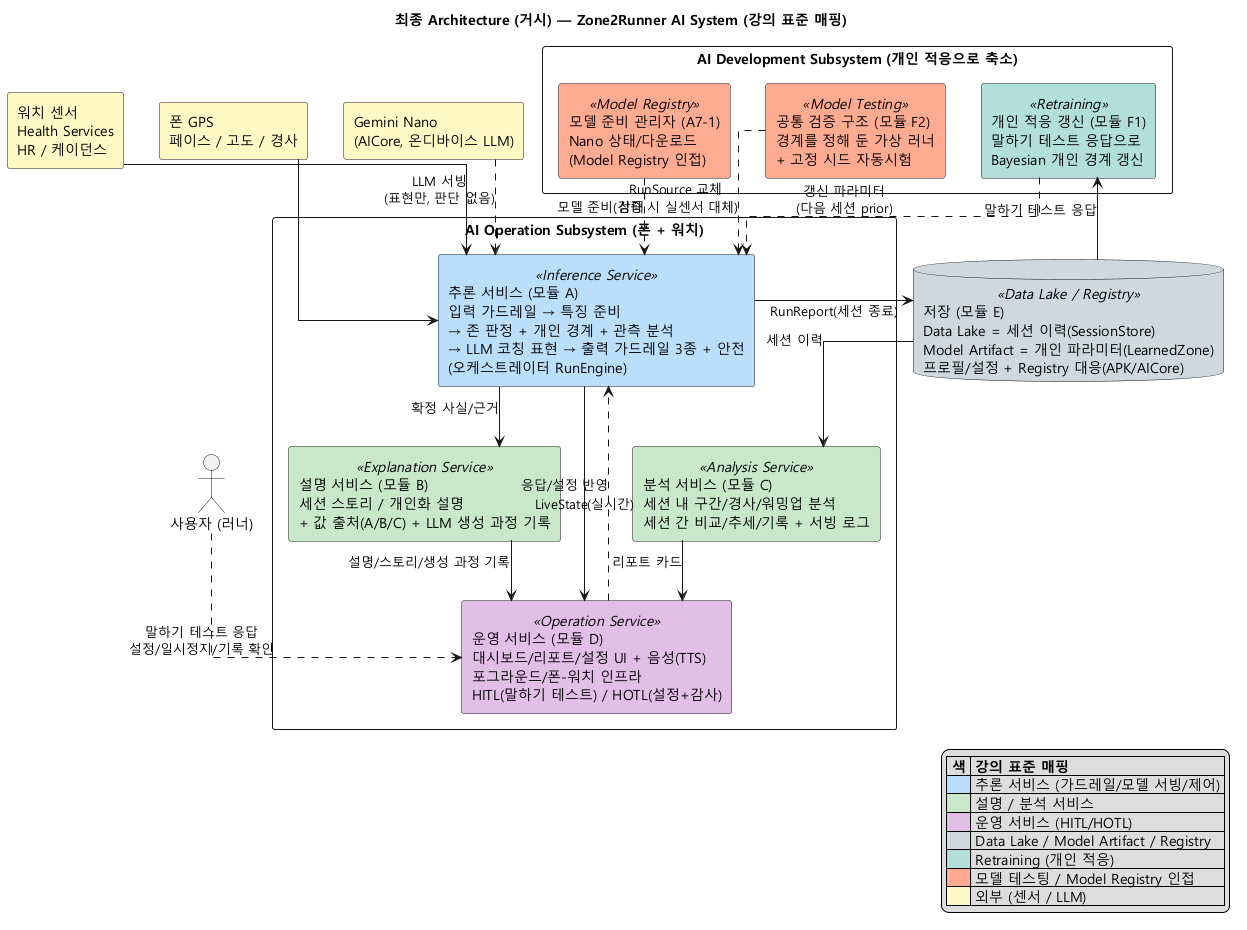
This is arch/diagrams/06-final-architecture.png from tenyearslove/zone2runner, a PlantUML export, as it was before one commit. Source of this version:
```plantuml
@startuml
title 최종 Architecture (거시) — Zone2Runner AI System (강의 표준 매핑)
skinparam defaultFontName "Malgun Gothic"
skinparam componentStyle rectangle
skinparam shadowing false
skinparam packageStyle rectangle
skinparam linetype ortho

actor "사용자 (러너)" as User
component "워치 센서\nHealth Services\nHR / 케이던스" as Watch #FFF9C4
component "폰 GPS\n페이스 / 고도 / 경사" as GPS #FFF9C4
component "Gemini Nano\n(AICore, 온디바이스 LLM)" as Nano #FFF9C4

package "AI Operation Subsystem (폰 + 워치)" {
  component "추론 서비스 (모듈 A)\n입력 가드레일 → 특징 준비\n→ 존 판정 + 개인 경계 + 관측 분석\n→ LLM 코칭 표현 → 출력 가드레일 3종 + 안전\n(오케스트레이터 RunEngine)" <<Inference Service>> as INF #BBDEFB
  component "설명 서비스 (모듈 B)\n세션 스토리 / 개인화 설명\n+ 값 출처(A/B/C) + LLM 생성 과정 기록" <<Explanation Service>> as EXP #C8E6C9
  component "분석 서비스 (모듈 C)\n세션 내 구간/경사/워밍업 분석\n세션 간 비교/추세/기록 + 서빙 로그" <<Analysis Service>> as ANA #C8E6C9
  component "운영 서비스 (모듈 D)\n대시보드/리포트/설정 UI + 음성(TTS)\n포그라운드/폰-워치 인프라\nHITL(말하기 테스트) / HOTL(설정+감사)" <<Operation Service>> as OPS #E1BEE7
}

database "저장 (모듈 E)\nData Lake = 세션 이력(SessionStore)\nModel Artifact = 개인 파라미터(LearnedZone)\n프로필/설정 + Registry 대응(APK/AICore)" <<Data Lake / Registry>> as STORE #CFD8DC

package "AI Development Subsystem (개인 적응으로 축소)" {
  component "개인 적응 갱신 (모듈 F1)\n말하기 테스트 응답으로\nBayesian 개인 경계 갱신" <<Retraining>> as ADAPT #B2DFDB
  component "공통 검증 구조 (모듈 F2)\n경계를 정해 둔 가상 러너\n+ 고정 시드 자동시험" <<Model Testing>> as SIM #FFAB91
  component "모델 준비 관리자 (A7-1)\nNano 상태/다운로드\n(Model Registry 인접)" <<Model Registry>> as REG #FFAB91
}

Watch --> INF
GPS --> INF
Nano ..> INF : LLM 서빙\n(표현만, 판단 없음)
INF --> OPS : LiveState(실시간)
INF --> STORE : RunReport(세션 종료)
INF --> EXP : 확정 사실/근거
STORE --> ANA : 세션 이력
ANA --> OPS : 리포트 카드
EXP --> OPS : 설명/스토리/생성 과정 기록
User ..> OPS : 말하기 테스트 응답\n설정/일시정지/기록 확인
OPS ..> INF : 응답/설정 반영
STORE --> ADAPT : 말하기 테스트 응답
ADAPT ..> INF : 갱신 파라미터\n(다음 세션 prior)
SIM ..> INF : RunSource 교체\n(검증 시 실센서 대체)
REG ..> INF : 모델 준비 상태

legend right
|= 색 |= 강의 표준 매핑 |
|<#BBDEFB>| 추론 서비스 (가드레일/모델 서빙/제어) |
|<#C8E6C9>| 설명 / 분석 서비스 |
|<#E1BEE7>| 운영 서비스 (HITL/HOTL) |
|<#CFD8DC>| Data Lake / Model Artifact / Registry |
|<#B2DFDB>| Retraining (개인 적응) |
|<#FFAB91>| 모델 테스팅 / Model Registry 인접 |
|<#FFF9C4>| 외부 (센서 / LLM) |
endlegend
@enduml
```
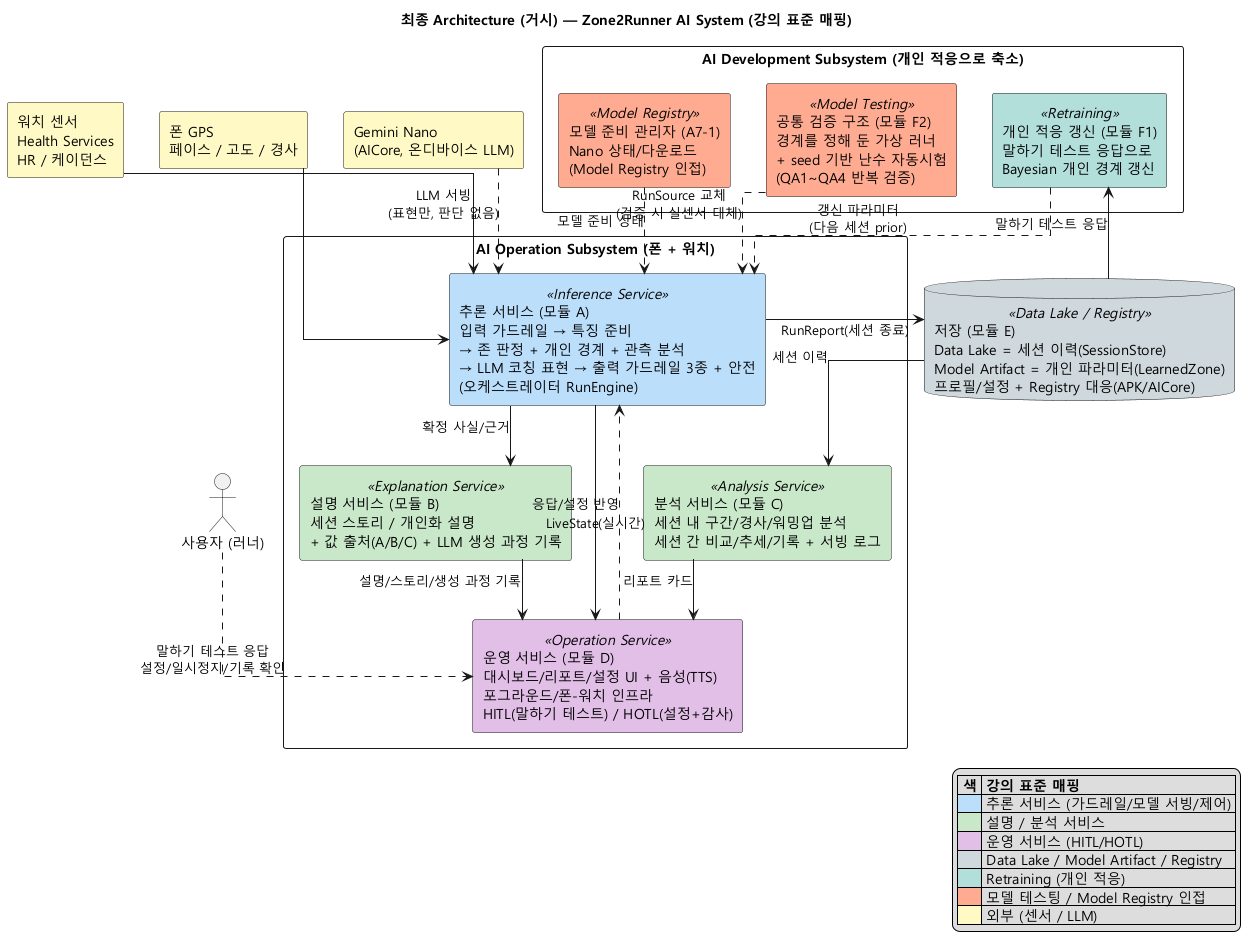
The same diagram one commit later.

What changed in the source:
```diff
@@ -22,7 +22,7 @@
 
 package "AI Development Subsystem (개인 적응으로 축소)" {
   component "개인 적응 갱신 (모듈 F1)\n말하기 테스트 응답으로\nBayesian 개인 경계 갱신" <<Retraining>> as ADAPT #B2DFDB
-  component "공통 검증 구조 (모듈 F2)\n경계를 정해 둔 가상 러너\n+ 고정 시드 자동시험" <<Model Testing>> as SIM #FFAB91
+  component "공통 검증 구조 (모듈 F2)\n경계를 정해 둔 가상 러너\n+ seed 기반 난수 자동시험\n(QA1~QA4 반복 검증)" <<Model Testing>> as SIM #FFAB91
   component "모델 준비 관리자 (A7-1)\nNano 상태/다운로드\n(Model Registry 인접)" <<Model Registry>> as REG #FFAB91
 }
 
```
